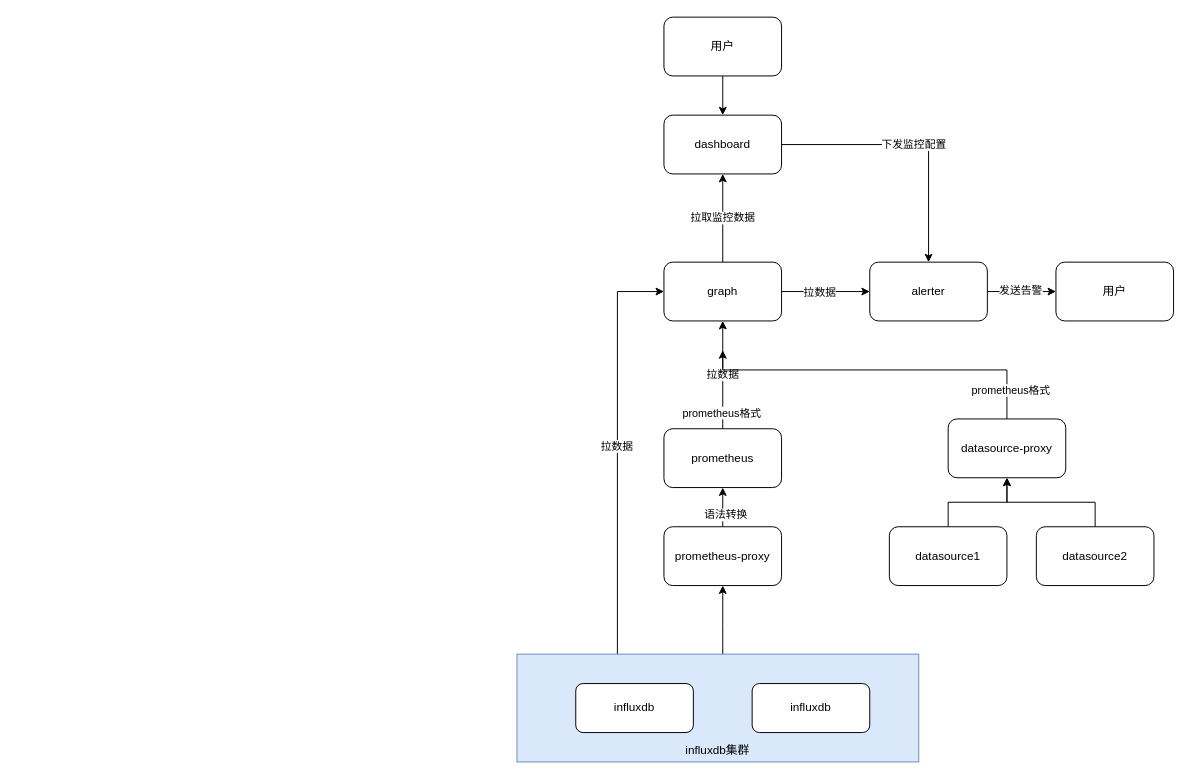
This is polaris.drawio from wupei-w/diagrams, a draw.io file, before an edit. Source tidied: cells renumbered, new cells numbered last; positions are measured from the earlier drawing's top-left corner, leaving out a move shared by most shapes. Both pictures are drawn from the tidied source at 98%, with x=0, y=0 at pixel (516, 17).
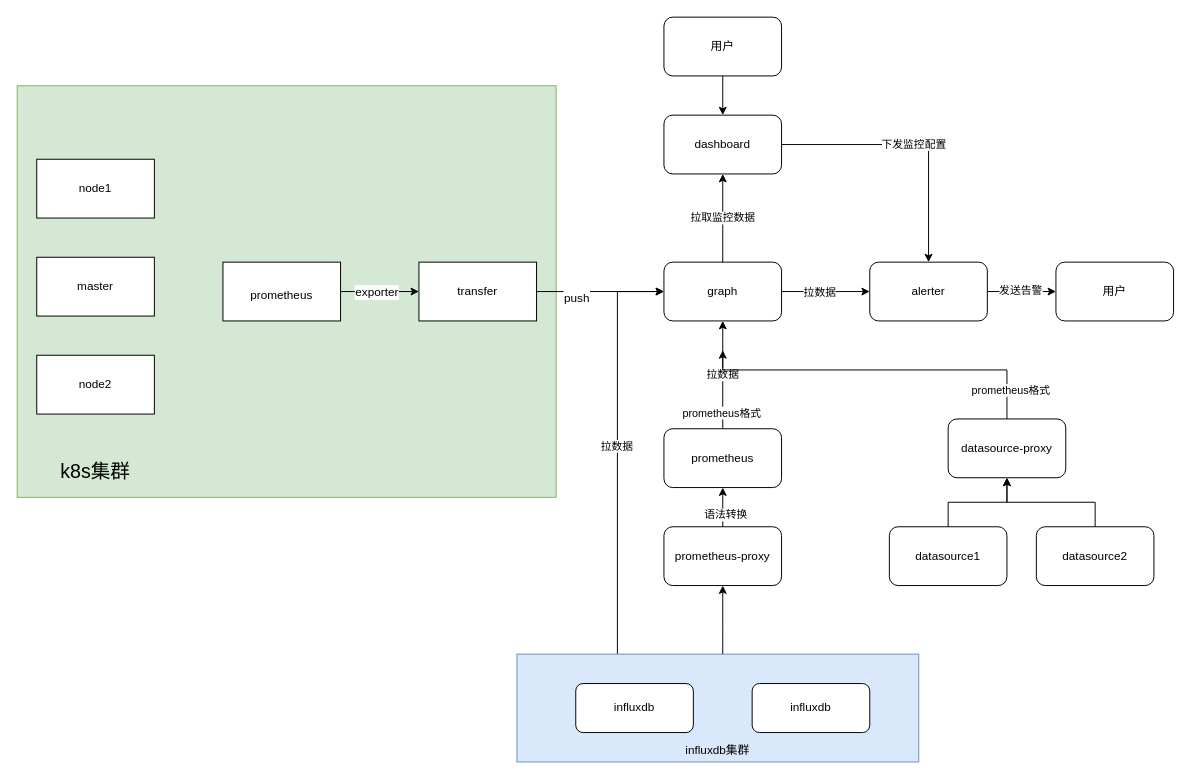
The same page after the edit.

Unchanged cells that the change refers to:
```xml
<mxCell id="11" value="graph" style="rounded=1;whiteSpace=wrap;html=1;" parent="1" vertex="1">
  <mxGeometry x="150" y="250" width="120" height="60" as="geometry" />
</mxCell>
```

Change to the diagram source:
```diff
@@
+    <mxCell id="34" style="group;" parent="1" vertex="1">
+      <mxGeometry x="-490" y="145" width="530" height="360" as="geometry" />
+    </mxCell>
+    <mxCell id="35" style="rounded=0;whiteSpace=wrap;html=1;direction=south;fillColor=#d5e8d4;strokeColor=#82b366;" parent="34" vertex="1">
+      <mxGeometry x="-20" y="-75" width="550" height="420" as="geometry" />
+    </mxCell>
+    <mxCell id="36" value="node1" style="rounded=0;whiteSpace=wrap;html=1;" parent="34" vertex="1">
+      <mxGeometry width="120" height="60" as="geometry" />
+    </mxCell>
+    <mxCell id="37" value="master" style="rounded=0;whiteSpace=wrap;html=1;" parent="34" vertex="1">
+      <mxGeometry y="100" width="120" height="60" as="geometry" />
+    </mxCell>
+    <mxCell id="38" value="node2" style="rounded=0;whiteSpace=wrap;html=1;" parent="34" vertex="1">
+      <mxGeometry y="200" width="120" height="60" as="geometry" />
+    </mxCell>
+    <mxCell id="39" value="&lt;font style=&quot;font-size: 20px;&quot;&gt;k8s集群&lt;/font&gt;" style="text;html=1;strokeColor=none;fillColor=none;align=center;verticalAlign=middle;whiteSpace=wrap;rounded=0;" parent="34" vertex="1">
+      <mxGeometry x="10" y="296" width="100" height="44" as="geometry" />
+    </mxCell>
+    <mxCell id="40" value="&lt;font style=&quot;font-size: 12px;&quot;&gt;prometheus&lt;/font&gt;" style="rounded=0;whiteSpace=wrap;html=1;fontSize=20;" parent="34" vertex="1">
+      <mxGeometry x="190" y="105" width="120" height="60" as="geometry" />
+    </mxCell>
+    <mxCell id="41" value="transfer" style="rounded=0;whiteSpace=wrap;html=1;" parent="34" vertex="1">
+      <mxGeometry x="390" y="105" width="120" height="60" as="geometry" />
+    </mxCell>
+    <mxCell id="42" style="edgeStyle=orthogonalEdgeStyle;rounded=0;jettySize=auto;html=1;fontSize=20;" parent="34" edge="1" source="40" target="41">
+      <mxGeometry relative="1" as="geometry" />
+    </mxCell>
+    <mxCell id="43" value="exporter" style="edgeLabel;html=1;align=center;verticalAlign=middle;fontSize=12;" parent="42" vertex="1">
+      <mxGeometry x="-0.11" relative="1" as="geometry" />
+    </mxCell>
@@
+    <mxCell id="44" style="edgeStyle=orthogonalEdgeStyle;rounded=0;jettySize=auto;html=1;" parent="1" edge="1" source="41" target="11">
+      <mxGeometry relative="1" as="geometry" />
+    </mxCell>
+    <mxCell id="45" value="&lt;font style=&quot;font-size: 12px;&quot;&gt;push&lt;/font&gt;" style="edgeLabel;html=1;align=center;verticalAlign=middle;fontSize=20;" parent="44" vertex="1">
+      <mxGeometry x="-0.38" y="-2" relative="1" as="geometry" />
+    </mxCell>
```
